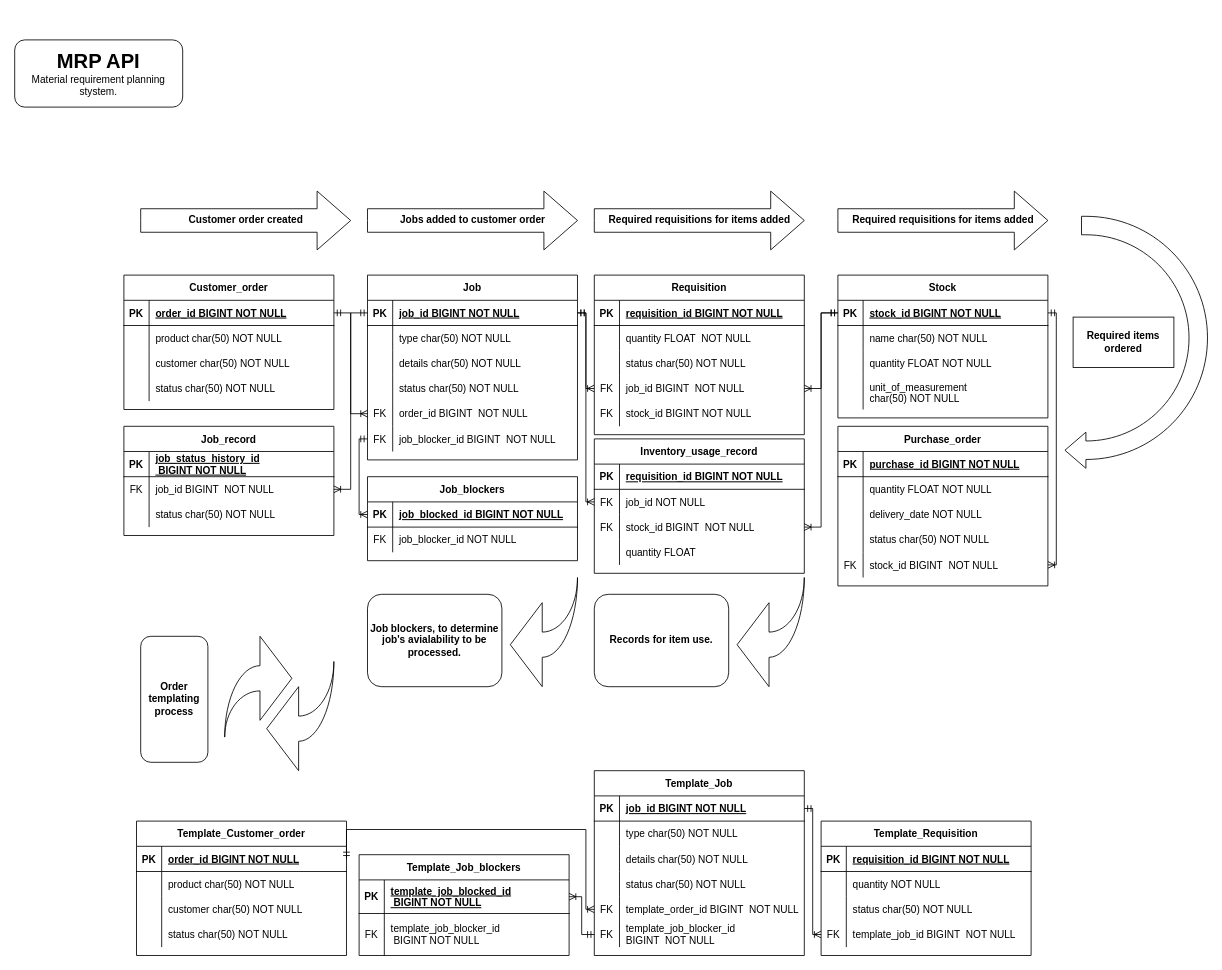
This is MRP db structure.drawio from RytisGL/MRP-API, a draw.io file, before an edit. Source tidied: cells renumbered, new cells numbered last; positions are measured from the earlier drawing's top-left corner, leaving out a move shared by most shapes. Both pictures are drawn from the tidied source at 84%, with x=0, y=0 at pixel (14, 39).
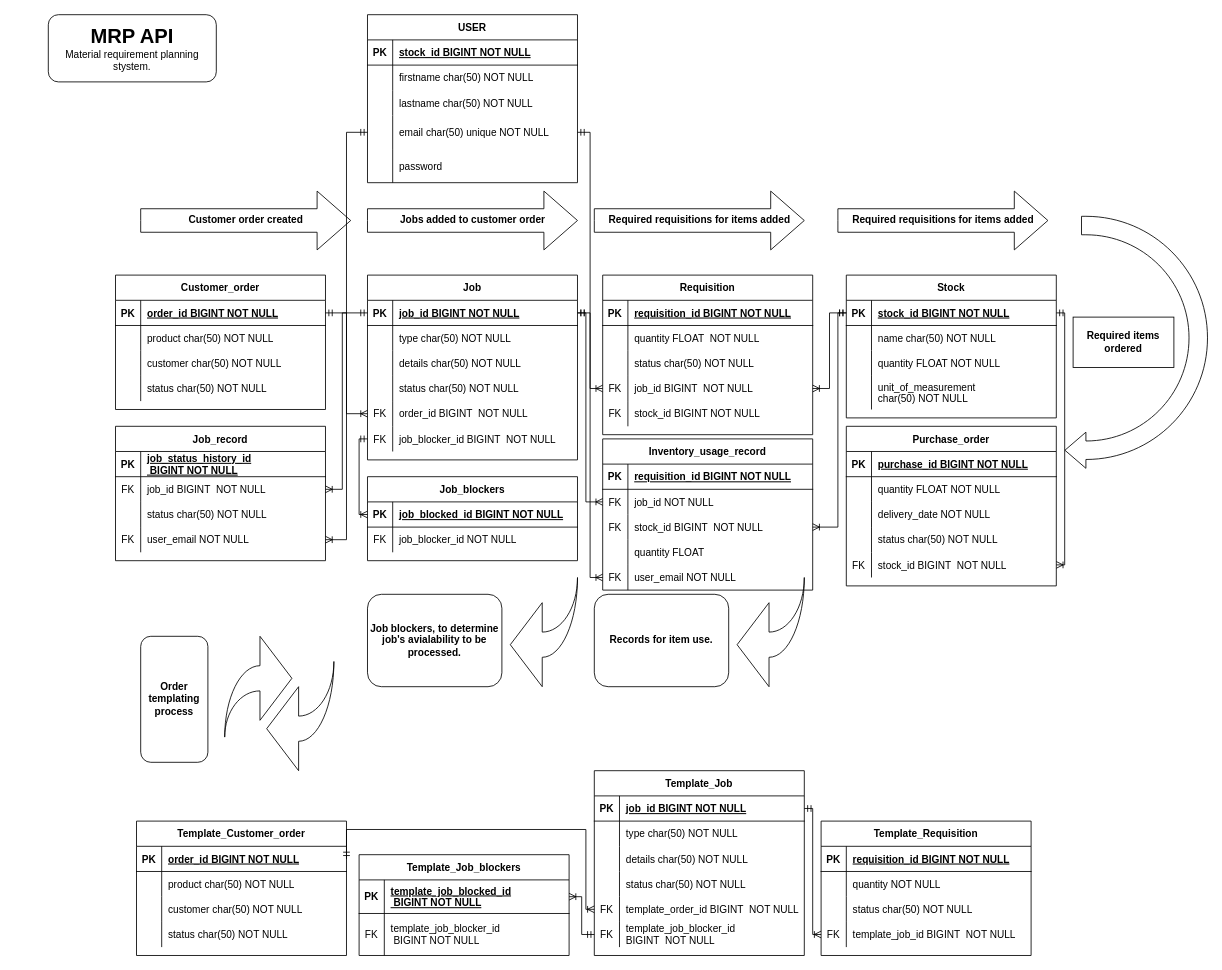
The same diagram, later.

Commit message:
User table updated

The change refers to these unchanged cells:
```xml
<mxCell id="16" style="shape=partialRectangle;fillColor=none;points=[[0,0.5],[1,0.5]];portConstraint=eastwest;top=0;left=0;right=0;bottom=1;" parent="15" vertex="1">
  <mxGeometry y="30" width="250" height="30" as="geometry" />
</mxCell>
<mxCell id="61" style="shape=partialRectangle;fillColor=none;points=[[0,0.5],[1,0.5]];portConstraint=eastwest;top=0;left=0;right=0;bottom=1;" parent="60" vertex="1">
  <mxGeometry y="30" width="250" height="30" as="geometry" />
</mxCell>
<mxCell id="94" style="shape=partialRectangle;fillColor=none;points=[[0,0.5],[1,0.5]];portConstraint=eastwest;top=0;left=0;right=0;bottom=0;" parent="90" vertex="1">
  <mxGeometry y="60" width="250" height="30" as="geometry" />
</mxCell>
<mxCell id="97" style="shape=partialRectangle;fillColor=none;points=[[0,0.5],[1,0.5]];portConstraint=eastwest;top=0;left=0;right=0;bottom=0;" parent="90" vertex="1">
  <mxGeometry y="90" width="250" height="30" as="geometry" />
</mxCell>
<mxCell id="120" style="shape=partialRectangle;fillColor=none;points=[[0,0.5],[1,0.5]];portConstraint=eastwest;top=0;left=0;right=0;bottom=0;" parent="116" vertex="1">
  <mxGeometry y="60" width="250" height="30" as="geometry" />
</mxCell>
```

Change to the diagram source:
```diff
@@
     <mxCell id="2" value="Customer_order" style="shape=table;startSize=30;childLayout=tableLayout;rowLines=0;fontStyle=1;align=center;" parent="1" vertex="1">
-      <mxGeometry x="130" y="280" width="250" height="160" as="geometry" />
+      <mxGeometry x="120" y="280" width="250" height="160" as="geometry" />
     </mxCell>
@@
     <mxCell id="35" value="Requisition" style="shape=table;startSize=30;childLayout=tableLayout;rowLines=0;fontStyle=1;align=center;" parent="1" vertex="1">
-      <mxGeometry x="690" y="280" width="250" height="190" as="geometry" />
+      <mxGeometry x="700" y="280" width="250" height="190" as="geometry" />
     </mxCell>
@@
     <mxCell id="60" value="Stock" style="shape=table;startSize=30;childLayout=tableLayout;rowLines=0;fontStyle=1;align=center;" parent="1" vertex="1">
-      <mxGeometry x="980" y="280" width="250" height="170" as="geometry" />
+      <mxGeometry x="990" y="280" width="250" height="170" as="geometry" />
     </mxCell>
@@
     <mxCell id="73" value="Purchase_order" style="shape=table;startSize=30;childLayout=tableLayout;rowLines=0;fontStyle=1;align=center;" parent="1" vertex="1">
-      <mxGeometry x="980" y="460" width="250" height="190" as="geometry" />
+      <mxGeometry x="990" y="460" width="250" height="190" as="geometry" />
     </mxCell>
@@
     <mxCell id="90" value="Inventory_usage_record" style="shape=table;startSize=30;childLayout=tableLayout;rowLines=0;fontStyle=1;align=center;" parent="1" vertex="1">
-      <mxGeometry x="690" y="475" width="250" height="160" as="geometry" />
+      <mxGeometry x="700" y="475" width="250" height="180" as="geometry" />
     </mxCell>
@@
+    <mxCell id="186" style="shape=partialRectangle;fillColor=none;points=[[0,0.5],[1,0.5]];portConstraint=eastwest;top=0;left=0;right=0;bottom=0;" parent="90" vertex="1">
+      <mxGeometry y="150" width="250" height="30" as="geometry" />
+    </mxCell>
+    <mxCell id="187" value="FK" style="shape=partialRectangle;overflow=hidden;fillColor=none;top=0;left=0;bottom=0;right=0;" parent="186" vertex="1">
+      <mxGeometry width="30" height="30" as="geometry" />
+    </mxCell>
+    <mxCell id="188" value="user_email NOT NULL" style="shape=partialRectangle;overflow=hidden;fillColor=none;top=0;left=0;bottom=0;right=0;align=left;spacingLeft=6;" parent="186" vertex="1">
+      <mxGeometry x="30" width="220" height="30" as="geometry" />
+    </mxCell>
     <mxCell id="103" style="fontSize=12;html=1;endArrow=ERoneToMany;startArrow=ERmandOne;rounded=0;exitX=1;exitY=0.5;exitDx=0;exitDy=0;entryX=0;entryY=0.5;entryDx=0;entryDy=0;edgeStyle=orthogonalEdgeStyle;" parent="1" edge="1" source="16" target="94">
-      <mxGeometry relative="1" as="geometry" />
+      <mxGeometry relative="1" as="geometry">
+        <Array as="points">
+          <mxPoint x="680" y="325" />
+          <mxPoint x="680" y="550" />
+        </Array>
+      </mxGeometry>
     </mxCell>
     <mxCell id="104" style="edgeStyle=orthogonalEdgeStyle;fontSize=12;html=1;endArrow=ERoneToMany;startArrow=ERmandOne;rounded=0;entryX=1;entryY=0.5;entryDx=0;entryDy=0;exitX=0;exitY=0.5;exitDx=0;exitDy=0;" parent="1" edge="1" source="61" target="97">
-      <mxGeometry relative="1" as="geometry" />
+      <mxGeometry relative="1" as="geometry">
+        <Array as="points">
+          <mxPoint x="980" y="325" />
+          <mxPoint x="980" y="580" />
+        </Array>
+      </mxGeometry>
     </mxCell>
@@
     <mxCell id="115" value="&lt;font style=&quot;font-size: 24px;&quot;&gt;&lt;b&gt;&lt;font style=&quot;&quot;&gt;MRP AP&lt;/font&gt;I&lt;/b&gt;&lt;/font&gt;&lt;div&gt;Material requirement planning stystem.&lt;/div&gt;" style="rounded=1;whiteSpace=wrap;html=1;" parent="1" vertex="1">
-      <mxGeometry width="200" height="80" as="geometry" />
+      <mxGeometry x="40" y="-30" width="200" height="80" as="geometry" />
     </mxCell>
     <mxCell id="116" value="Job_record" style="shape=table;startSize=30;childLayout=tableLayout;rowLines=0;fontStyle=1;align=center;" parent="1" vertex="1">
-      <mxGeometry x="130" y="460" width="250" height="130" as="geometry" />
+      <mxGeometry x="120" y="460" width="250" height="160" as="geometry" />
     </mxCell>
@@
+    <mxCell id="189" style="shape=partialRectangle;fillColor=none;points=[[0,0.5],[1,0.5]];portConstraint=eastwest;top=0;left=0;right=0;bottom=0;" parent="116" vertex="1">
+      <mxGeometry y="120" width="250" height="30" as="geometry" />
+    </mxCell>
+    <mxCell id="190" value="FK" style="shape=partialRectangle;overflow=hidden;fillColor=none;top=0;left=0;bottom=0;right=0;" parent="189" vertex="1">
+      <mxGeometry width="30" height="30" as="geometry" />
+    </mxCell>
+    <mxCell id="191" value="user_email NOT NULL" style="shape=partialRectangle;overflow=hidden;fillColor=none;top=0;left=0;bottom=0;right=0;align=left;spacingLeft=6;" parent="189" vertex="1">
+      <mxGeometry x="30" width="220" height="30" as="geometry" />
+    </mxCell>
     <mxCell id="126" style="edgeStyle=elbowEdgeStyle;fontSize=12;html=1;endArrow=ERoneToMany;startArrow=ERmandOne;rounded=0;exitX=0;exitY=0.5;exitDx=0;exitDy=0;entryX=1;entryY=0.5;entryDx=0;entryDy=0;" parent="1" edge="1" source="16" target="120">
-      <mxGeometry relative="1" as="geometry" />
+      <mxGeometry relative="1" as="geometry">
+        <Array as="points">
+          <mxPoint x="390" y="430" />
+        </Array>
+      </mxGeometry>
     </mxCell>
@@
+    <mxCell id="192" value="USER" style="shape=table;startSize=30;childLayout=tableLayout;rowLines=0;fontStyle=1;align=center;" parent="1" vertex="1">
+      <mxGeometry x="420" y="-30" width="250" height="200" as="geometry" />
+    </mxCell>
+    <mxCell id="193" style="shape=partialRectangle;fillColor=none;top=0;left=0;right=0;bottom=1;" parent="192" vertex="1">
+      <mxGeometry y="30" width="250" height="30" as="geometry" />
+    </mxCell>
+    <mxCell id="194" value="PK" style="shape=partialRectangle;overflow=hidden;fillColor=none;top=0;left=0;bottom=0;right=0;fontStyle=1;" parent="193" vertex="1">
+      <mxGeometry width="30" height="30" as="geometry" />
+    </mxCell>
+    <mxCell id="195" value="stock_id BIGINT NOT NULL" style="shape=partialRectangle;overflow=hidden;fillColor=none;top=0;left=0;bottom=0;right=0;align=left;spacingLeft=6;fontStyle=5;" parent="193" vertex="1">
+      <mxGeometry x="30" width="220" height="30" as="geometry" />
+    </mxCell>
+    <mxCell id="196" style="shape=partialRectangle;fillColor=none;top=0;left=0;right=0;bottom=0;" parent="192" vertex="1">
+      <mxGeometry y="60" width="250" height="30" as="geometry" />
+    </mxCell>
+    <mxCell id="197" style="shape=partialRectangle;overflow=hidden;fillColor=none;top=0;left=0;bottom=0;right=0;" parent="196" vertex="1">
+      <mxGeometry width="30" height="30" as="geometry" />
+    </mxCell>
+    <mxCell id="198" value="firstname char(50) NOT NULL" style="shape=partialRectangle;overflow=hidden;fillColor=none;top=0;left=0;bottom=0;right=0;align=left;spacingLeft=6;" parent="196" vertex="1">
+      <mxGeometry x="30" width="220" height="30" as="geometry" />
+    </mxCell>
+    <mxCell id="199" style="shape=partialRectangle;fillColor=none;top=0;left=0;right=0;bottom=0;" parent="192" vertex="1">
+      <mxGeometry y="90" width="250" height="30" as="geometry" />
+    </mxCell>
+    <mxCell id="200" style="shape=partialRectangle;overflow=hidden;fillColor=none;top=0;left=0;bottom=0;right=0;" parent="199" vertex="1">
+      <mxGeometry width="30" height="30" as="geometry" />
+    </mxCell>
+    <mxCell id="201" value="lastname char(50) NOT NULL" style="shape=partialRectangle;overflow=hidden;fillColor=none;top=0;left=0;bottom=0;right=0;align=left;spacingLeft=6;" parent="199" vertex="1">
+      <mxGeometry x="30" width="220" height="30" as="geometry" />
+    </mxCell>
+    <mxCell id="202" style="shape=partialRectangle;fillColor=none;points=[[0,0.5],[1,0.5]];portConstraint=eastwest;top=0;left=0;right=0;bottom=0;" parent="192" vertex="1">
+      <mxGeometry y="120" width="250" height="40" as="geometry" />
+    </mxCell>
+    <mxCell id="203" style="shape=partialRectangle;overflow=hidden;fillColor=none;top=0;left=0;bottom=0;right=0;" parent="202" vertex="1">
+      <mxGeometry width="30" height="40" as="geometry" />
+    </mxCell>
+    <mxCell id="204" value="email char(50) unique NOT NULL" style="shape=partialRectangle;overflow=hidden;fillColor=none;top=0;left=0;bottom=0;right=0;align=left;spacingLeft=6;" parent="202" vertex="1">
+      <mxGeometry x="30" width="220" height="40" as="geometry" />
+    </mxCell>
+    <mxCell id="205" style="shape=partialRectangle;fillColor=none;top=0;left=0;right=0;bottom=0;" parent="192" vertex="1">
+      <mxGeometry y="160" width="250" height="40" as="geometry" />
+    </mxCell>
+    <mxCell id="206" style="shape=partialRectangle;overflow=hidden;fillColor=none;top=0;left=0;bottom=0;right=0;" parent="205" vertex="1">
+      <mxGeometry width="30" height="40" as="geometry" />
+    </mxCell>
+    <mxCell id="207" value="password" style="shape=partialRectangle;overflow=hidden;fillColor=none;top=0;left=0;bottom=0;right=0;align=left;spacingLeft=6;" parent="205" vertex="1">
+      <mxGeometry x="30" width="220" height="40" as="geometry" />
+    </mxCell>
+    <mxCell id="208" style="edgeStyle=orthogonalEdgeStyle;fontSize=12;html=1;endArrow=ERoneToMany;startArrow=ERmandOne;rounded=0;entryX=0;entryY=0.5;entryDx=0;entryDy=0;exitX=1;exitY=0.5;exitDx=0;exitDy=0;" parent="1" edge="1" source="202" target="186">
+      <mxGeometry relative="1" as="geometry" />
+    </mxCell>
+    <mxCell id="209" style="edgeStyle=orthogonalEdgeStyle;fontSize=12;html=1;endArrow=ERoneToMany;startArrow=ERmandOne;rounded=0;entryX=1;entryY=0.5;entryDx=0;entryDy=0;exitX=0;exitY=0.5;exitDx=0;exitDy=0;" parent="1" edge="1" source="202" target="189">
+      <mxGeometry relative="1" as="geometry" />
+    </mxCell>
```
